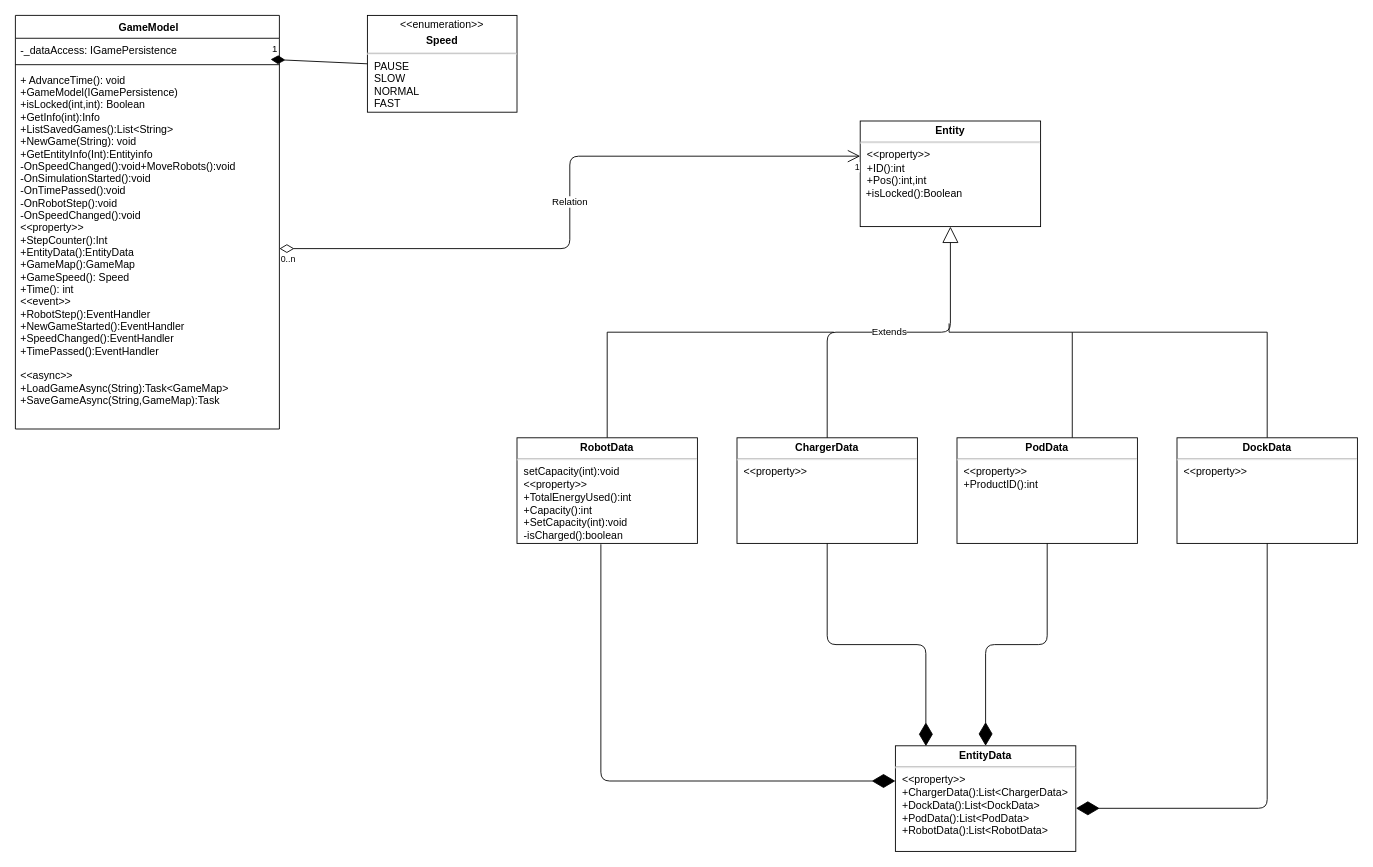
The draw.io diagram documents/uml/Model.drawio in Toncsimoncsi/Inventory-Management-System, before the edit. Source tidied: cells renumbered, new cells numbered last; positions are measured from the earlier drawing's top-left corner, leaving out a move shared by most shapes. Both pictures are drawn from the tidied source at 88%, with x=0, y=0 at pixel (15, 15).
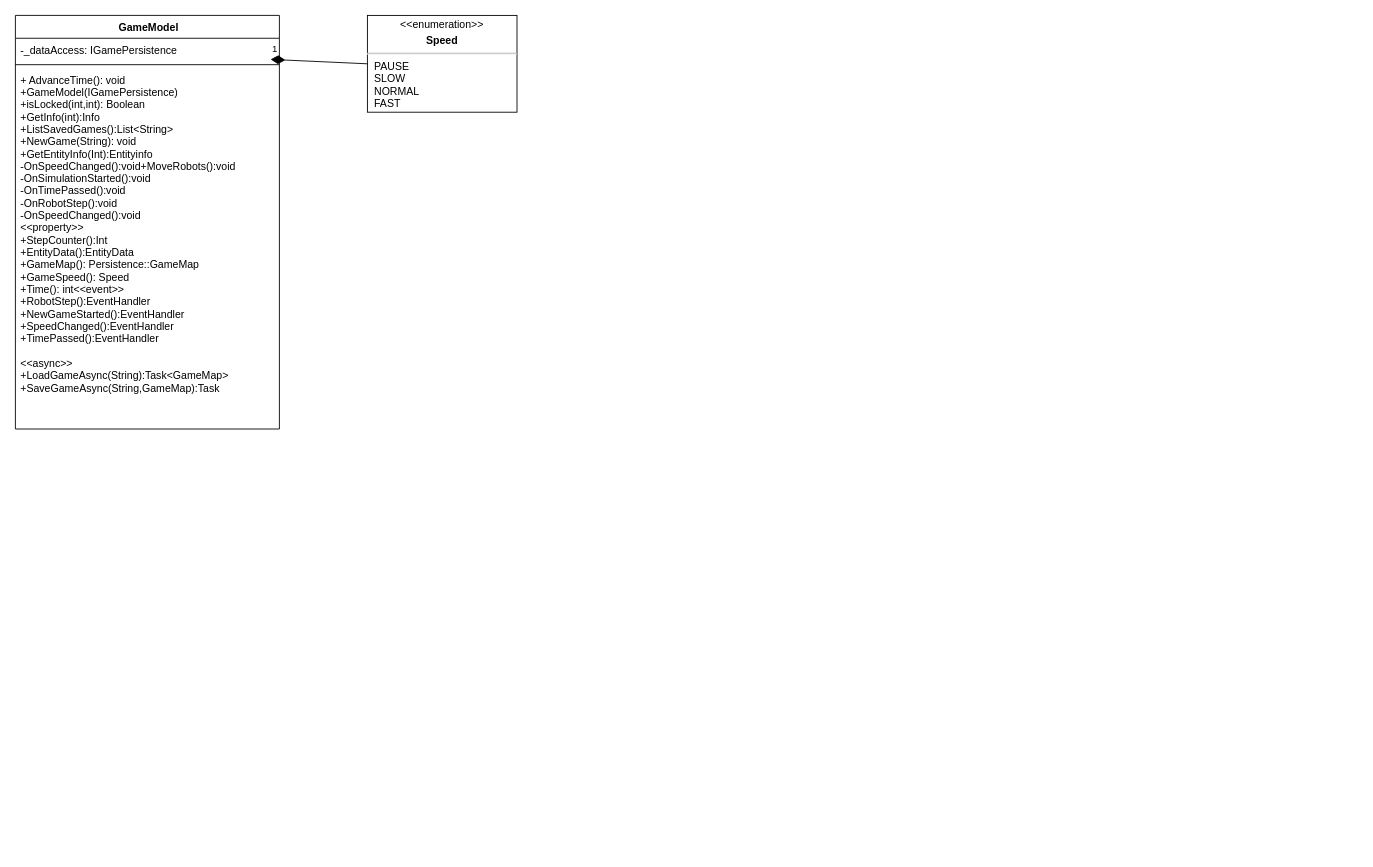
The same page after the edit.

Commit message:
remove redundant implementation of entity

Unchanged cells that the change refers to:
```xml
<mxCell id="2" value=" GameModel&#10;" style="swimlane;fontStyle=1;align=center;verticalAlign=top;horizontal=1;startSize=26;" parent="1" vertex="1">
  <mxGeometry width="300" height="470" as="geometry" />
</mxCell>
```

Diff of the diagram source:
```diff
@@
-    <mxCell id="5" value="+ AdvanceTime(): void&#10;+GameModel(IGamePersistence)&#10;+isLocked(int,int): Boolean&#10;+GetInfo(int):Info&#10;+ListSavedGames():List&lt;String&gt;&#10;+NewGame(String): void&#10;+GetEntityInfo(Int):Entityinfo&#10;-OnSpeedChanged():void+MoveRobots():void&#10;-OnSimulationStarted():void&#10;-OnTimePassed():void&#10;-OnRobotStep():void&#10;-OnSpeedChanged():void&#10;&lt;&lt;property&gt;&gt;&#10;+StepCounter():Int&#10;+EntityData():EntityData&#10;+GameMap():GameMap&#10;+GameSpeed(): Speed&#10;+Time(): int&#10;&lt;&lt;event&gt;&gt;&#10;+RobotStep():EventHandler&#10;+NewGameStarted():EventHandler&#10;+SpeedChanged():EventHandler&#10;+TimePassed():EventHandler&#10;&#10;&lt;&lt;async&gt;&gt;&#10;+LoadGameAsync(String):Task&lt;GameMap&gt;&#10;+SaveGameAsync(String,GameMap):Task&#10;" style="text;strokeColor=none;fillColor=none;align=left;verticalAlign=top;spacingLeft=4;spacingRight=4;overflow=hidden;points=[[0,0.5],[1,0.5]];portConstraint=eastwest;" parent="2" vertex="1">
+    <mxCell id="5" value="+ AdvanceTime(): void&#10;+GameModel(IGamePersistence)&#10;+isLocked(int,int): Boolean&#10;+GetInfo(int):Info&#10;+ListSavedGames():List&lt;String&gt;&#10;+NewGame(String): void&#10;+GetEntityInfo(Int):Entityinfo&#10;-OnSpeedChanged():void+MoveRobots():void&#10;-OnSimulationStarted():void&#10;-OnTimePassed():void&#10;-OnRobotStep():void&#10;-OnSpeedChanged():void&#10;&lt;&lt;property&gt;&gt;&#10;+StepCounter():Int&#10;+EntityData():EntityData&#10;+GameMap(): Persistence::GameMap&#10;+GameSpeed(): Speed&#10;+Time(): int&lt;&lt;event&gt;&gt;&#10;+RobotStep():EventHandler&#10;+NewGameStarted():EventHandler&#10;+SpeedChanged():EventHandler&#10;+TimePassed():EventHandler&#10;&#10;&lt;&lt;async&gt;&gt;&#10;+LoadGameAsync(String):Task&lt;GameMap&gt;&#10;+SaveGameAsync(String,GameMap):Task&#10;" style="text;strokeColor=none;fillColor=none;align=left;verticalAlign=top;spacingLeft=4;spacingRight=4;overflow=hidden;points=[[0,0.5],[1,0.5]];portConstraint=eastwest;" parent="2" vertex="1">
       <mxGeometry y="60" width="300" height="410" as="geometry" />
     </mxCell>
@@
-    <mxCell id="8" value="&lt;p style=&quot;margin: 4px 0px 0px; text-align: center;&quot;&gt;&lt;b&gt;EntityData&lt;/b&gt;&lt;/p&gt;&lt;hr&gt;&lt;p style=&quot;margin: 0px ; margin-left: 8px&quot;&gt;&amp;lt;&amp;lt;property&amp;gt;&amp;gt;&lt;br&gt;&lt;/p&gt;&lt;p style=&quot;margin: 0px ; margin-left: 8px&quot;&gt;+ChargerData():List&amp;lt;ChargerData&amp;gt;&lt;/p&gt;&lt;p style=&quot;margin: 0px ; margin-left: 8px&quot;&gt;+DockData():List&amp;lt;DockData&amp;gt;&lt;/p&gt;&lt;p style=&quot;margin: 0px ; margin-left: 8px&quot;&gt;+PodData():List&amp;lt;PodData&amp;gt;&lt;/p&gt;&lt;p style=&quot;margin: 0px ; margin-left: 8px&quot;&gt;+RobotData():List&amp;lt;RobotData&amp;gt;&lt;/p&gt;" style="verticalAlign=top;align=left;overflow=fill;fontSize=12;fontFamily=Helvetica;html=1;fontStyle=0;" parent="1" vertex="1">
-      <mxGeometry x="1000" y="830" width="205" height="120" as="geometry" />
-    </mxCell>
-    <mxCell id="9" value="&lt;p style=&quot;margin: 4px 0px 0px; text-align: center;&quot;&gt;&lt;b&gt;ChargerData&lt;/b&gt;&lt;br&gt;&lt;/p&gt;&lt;hr&gt;&lt;p style=&quot;margin: 0px ; margin-left: 8px&quot;&gt;&amp;lt;&amp;lt;property&amp;gt;&amp;gt;&lt;br&gt;&lt;/p&gt;&lt;div&gt;&lt;br&gt;&lt;/div&gt;" style="verticalAlign=top;align=left;overflow=fill;fontSize=12;fontFamily=Helvetica;html=1;fontStyle=0;" parent="1" vertex="1">
-      <mxGeometry x="820" y="480" width="205" height="120" as="geometry" />
-    </mxCell>
-    <mxCell id="10" style="edgeStyle=orthogonalEdgeStyle;rounded=0;jettySize=auto;html=1;endArrow=none;endFill=0;fontStyle=0;" parent="1" edge="1" source="11">
-      <mxGeometry relative="1" as="geometry">
-        <mxPoint x="1201" y="360" as="targetPoint" />
-        <Array as="points">
-          <mxPoint x="1423" y="360" />
-        </Array>
-      </mxGeometry>
-    </mxCell>
-    <mxCell id="11" value="&lt;p style=&quot;margin: 4px 0px 0px; text-align: center;&quot;&gt;&lt;b&gt;DockData&lt;/b&gt;&lt;br&gt;&lt;/p&gt;&lt;hr&gt;&lt;p style=&quot;margin: 0px ; margin-left: 8px&quot;&gt;&amp;lt;&amp;lt;property&amp;gt;&amp;gt;&lt;br&gt;&lt;/p&gt;" style="verticalAlign=top;align=left;overflow=fill;fontSize=12;fontFamily=Helvetica;html=1;fontStyle=0;" parent="1" vertex="1">
-      <mxGeometry x="1320" y="480" width="205" height="120" as="geometry" />
-    </mxCell>
-    <mxCell id="12" style="edgeStyle=orthogonalEdgeStyle;rounded=0;jettySize=auto;html=1;endArrow=none;endFill=0;fontStyle=0;" parent="1" edge="1" source="13">
-      <mxGeometry relative="1" as="geometry">
-        <mxPoint x="1061" y="350" as="targetPoint" />
-        <Array as="points">
-          <mxPoint x="1201" y="360" />
-          <mxPoint x="1061" y="360" />
-        </Array>
-      </mxGeometry>
-    </mxCell>
-    <mxCell id="13" value="&lt;p style=&quot;margin: 4px 0px 0px; text-align: center;&quot;&gt;&lt;b&gt;PodData&lt;/b&gt;&lt;br&gt;&lt;/p&gt;&lt;hr&gt;&lt;p style=&quot;margin: 0px ; margin-left: 8px&quot;&gt;&amp;lt;&amp;lt;property&amp;gt;&amp;gt;&lt;/p&gt;&lt;p style=&quot;margin: 0px ; margin-left: 8px&quot;&gt;+ProductID():int&lt;br&gt;&lt;/p&gt;" style="verticalAlign=top;align=left;overflow=fill;fontSize=12;fontFamily=Helvetica;html=1;fontStyle=0;" parent="1" vertex="1">
-      <mxGeometry x="1070" y="480" width="205" height="120" as="geometry" />
-    </mxCell>
-    <mxCell id="14" style="edgeStyle=orthogonalEdgeStyle;rounded=0;jettySize=auto;html=1;endArrow=none;endFill=0;fontStyle=0;" parent="1" edge="1" source="15">
-      <mxGeometry relative="1" as="geometry">
-        <mxPoint x="930" y="360" as="targetPoint" />
-        <Array as="points">
-          <mxPoint x="672" y="360" />
-        </Array>
-      </mxGeometry>
-    </mxCell>
-    <mxCell id="15" value="&lt;p style=&quot;margin: 4px 0px 0px; text-align: center;&quot;&gt;&lt;b&gt;RobotData&lt;/b&gt;&lt;br&gt;&lt;/p&gt;&lt;hr&gt;&lt;p style=&quot;margin: 0px ; margin-left: 8px&quot;&gt;setCapacity(int):void&lt;br&gt;&lt;/p&gt;&lt;p style=&quot;margin: 0px ; margin-left: 8px&quot;&gt;&amp;lt;&amp;lt;property&amp;gt;&amp;gt;&lt;/p&gt;&lt;p style=&quot;margin: 0px ; margin-left: 8px&quot;&gt;+TotalEnergyUsed():int&lt;br&gt;&lt;/p&gt;&lt;p style=&quot;margin: 0px ; margin-left: 8px&quot;&gt;+Capacity():int&lt;/p&gt;&lt;p style=&quot;margin: 0px ; margin-left: 8px&quot;&gt;+SetCapacity(int):void&lt;/p&gt;&lt;p style=&quot;margin: 0px ; margin-left: 8px&quot;&gt;-isCharged():boolean&lt;br&gt;&lt;/p&gt;" style="verticalAlign=top;align=left;overflow=fill;fontSize=12;fontFamily=Helvetica;html=1;fontStyle=0;" parent="1" vertex="1">
-      <mxGeometry x="570" y="480" width="205" height="120" as="geometry" />
-    </mxCell>
-    <mxCell id="16" value="&lt;p style=&quot;margin: 4px 0px 0px ; text-align: center&quot;&gt;&lt;b&gt;Entity&lt;/b&gt;&lt;/p&gt;&lt;hr&gt;&lt;p style=&quot;margin: 0px ; margin-left: 8px&quot;&gt;&amp;lt;&amp;lt;property&amp;gt;&amp;gt;&lt;br&gt;&lt;/p&gt;&lt;p style=&quot;margin: 0px ; margin-left: 8px&quot;&gt;+ID():int&lt;/p&gt;&lt;p style=&quot;margin: 0px ; margin-left: 8px&quot;&gt;+Pos():int,int&lt;/p&gt;&lt;div&gt;&amp;nbsp; +isLocked():Boolean&lt;br&gt;&lt;/div&gt;" style="verticalAlign=top;align=left;overflow=fill;fontSize=12;fontFamily=Helvetica;html=1;fontStyle=0;" parent="1" vertex="1">
-      <mxGeometry x="960" y="120" width="205" height="120" as="geometry" />
-    </mxCell>
-    <mxCell id="17" value="Extends" style="endArrow=block;endSize=16;endFill=0;html=1;entryX=0.5;entryY=1;entryDx=0;entryDy=0;edgeStyle=orthogonalEdgeStyle;fontStyle=0;" parent="1" edge="1" source="9" target="16">
-      <mxGeometry relative="1" as="geometry" />
-    </mxCell>
-    <mxCell id="18" style="endArrow=diamondThin;endFill=1;endSize=24;html=1;exitX=0.465;exitY=1.008;exitDx=0;exitDy=0;exitPerimeter=0;edgeStyle=orthogonalEdgeStyle;fontStyle=0;" parent="1" edge="1" source="15" target="8">
-      <mxGeometry relative="1" as="geometry">
-        <Array as="points">
-          <mxPoint x="665" y="870" />
-        </Array>
-      </mxGeometry>
-    </mxCell>
-    <mxCell id="19" style="endArrow=diamondThin;endFill=1;endSize=24;html=1;exitX=0.5;exitY=1;exitDx=0;exitDy=0;edgeStyle=orthogonalEdgeStyle;entryX=0.169;entryY=0.003;entryDx=0;entryDy=0;entryPerimeter=0;fontStyle=0;" parent="1" edge="1" source="9" target="8">
-      <mxGeometry relative="1" as="geometry" />
-    </mxCell>
-    <mxCell id="20" style="endArrow=diamondThin;endFill=1;endSize=24;html=1;exitX=0.5;exitY=1;exitDx=0;exitDy=0;edgeStyle=orthogonalEdgeStyle;fontStyle=0;" parent="1" edge="1" source="13" target="8">
-      <mxGeometry relative="1" as="geometry" />
-    </mxCell>
-    <mxCell id="21" style="endArrow=diamondThin;endFill=1;endSize=24;html=1;exitX=0.5;exitY=1;exitDx=0;exitDy=0;entryX=1.001;entryY=0.592;entryDx=0;entryDy=0;entryPerimeter=0;edgeStyle=orthogonalEdgeStyle;fontStyle=0;" parent="1" edge="1" source="11" target="8">
-      <mxGeometry relative="1" as="geometry" />
-    </mxCell>
-    <mxCell id="22" value="Relation" style="endArrow=open;html=1;endSize=12;startArrow=diamondThin;startSize=14;startFill=0;edgeStyle=orthogonalEdgeStyle;entryX=0;entryY=0.333;entryDx=0;entryDy=0;entryPerimeter=0;" parent="1" edge="1" source="5" target="16">
-      <mxGeometry relative="1" as="geometry" />
-    </mxCell>
-    <mxCell id="23" value="0..n" style="html=1;align=left;verticalAlign=top;labelBackgroundColor=#ffffff;fontSize=10;" parent="22" vertex="1">
-      <mxGeometry x="-1" relative="1" as="geometry" />
-    </mxCell>
-    <mxCell id="24" value="1" style="html=1;align=right;verticalAlign=top;labelBackgroundColor=#ffffff;fontSize=10;" parent="22" vertex="1">
-      <mxGeometry x="1" relative="1" as="geometry" />
-    </mxCell>
```
